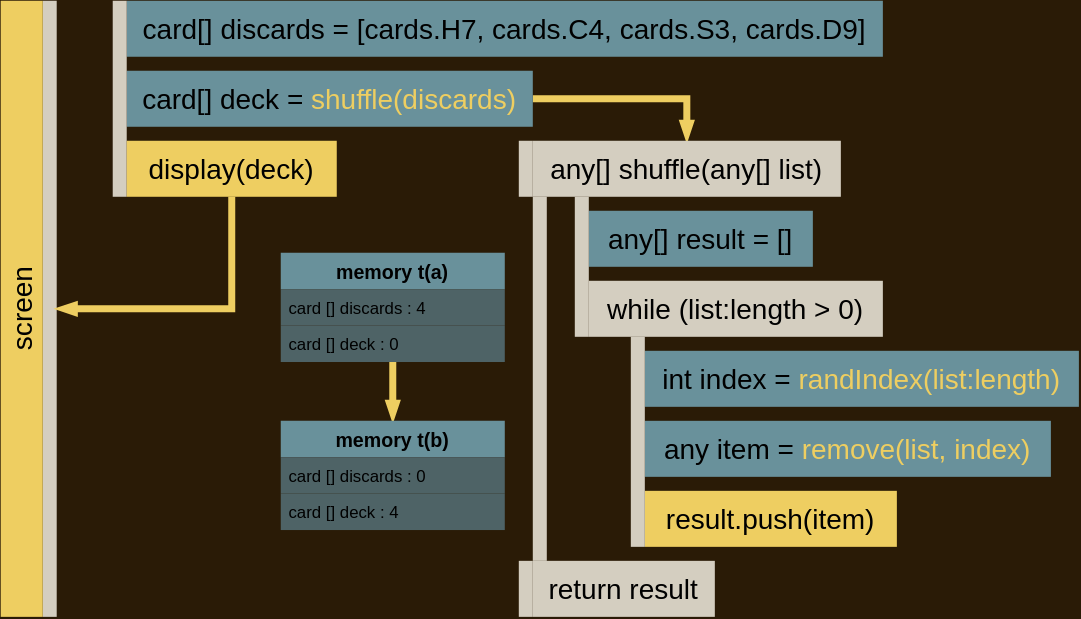
software-engineering-at-home/content keeps this draw.io diagram as channel/diagrams/clipart/shuffle-deck-program.drawio.svg. Above is the earlier version. Source tidied: cells renumbered, new cells last; positions are measured from the earlier drawing's top-left corner, leaving out a move shared by most shapes.
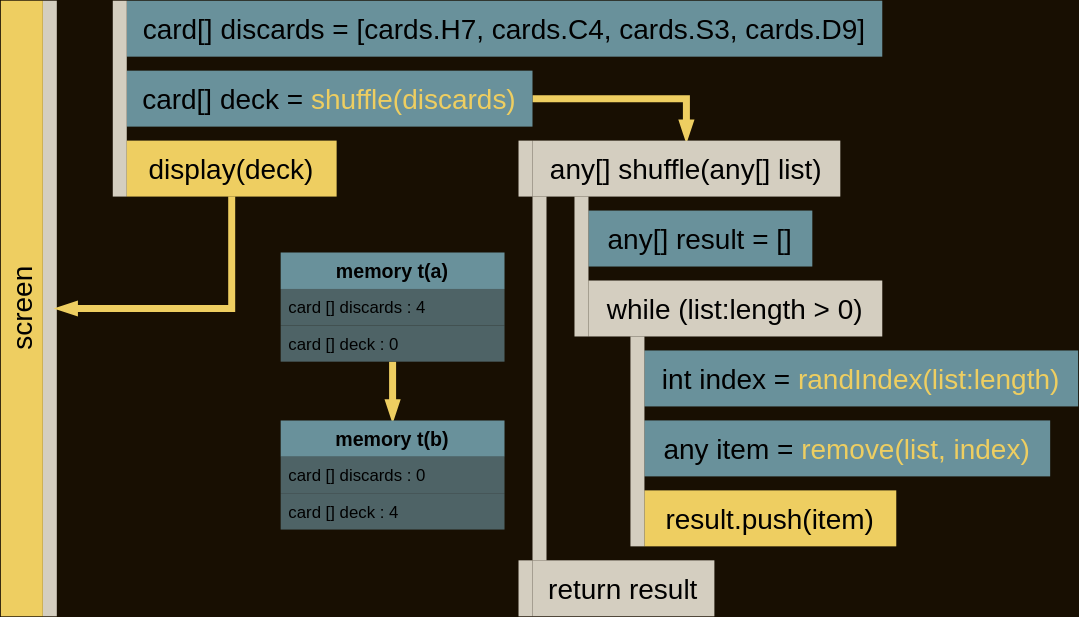
Above is the later version.

What changed in the source:
```diff
@@ -1,4 +1,4 @@
-<mxGraphModel background="#2A1B06">
+<mxGraphModel background="#180f02">
   <root>
     <mxCell id="0" />
     <mxCell id="1" parent="0" />
```
